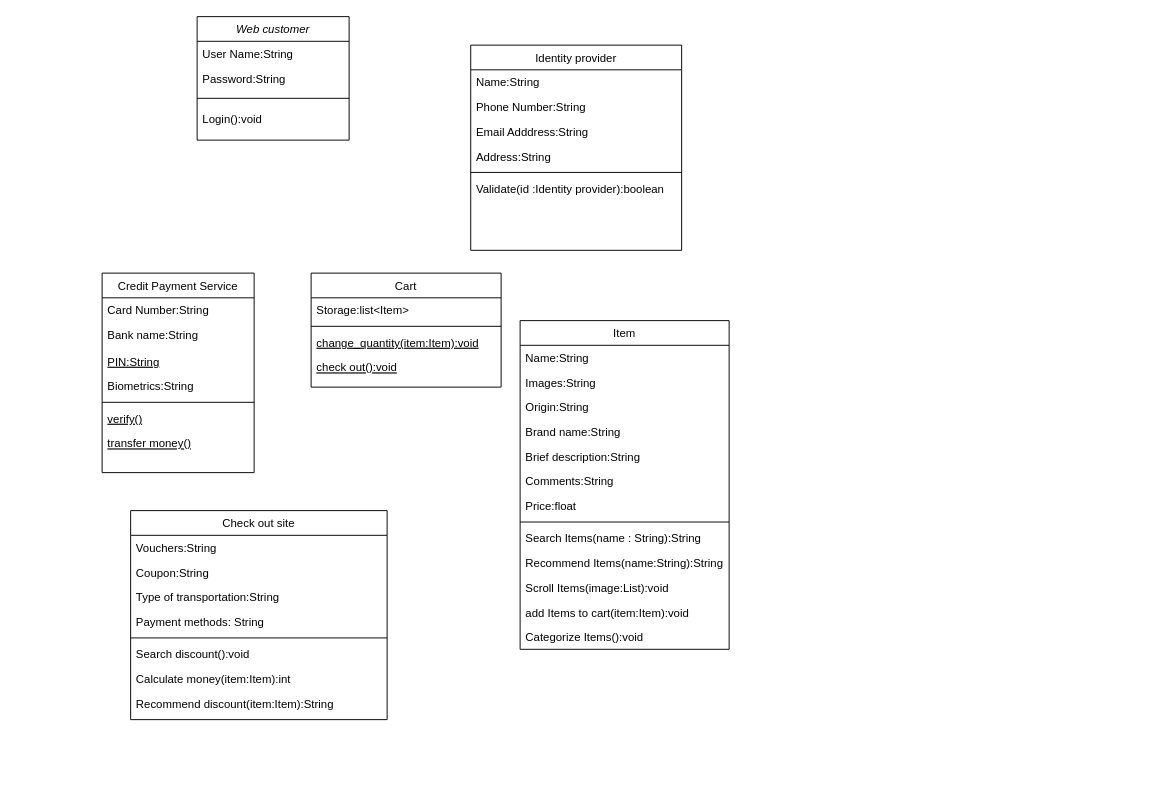
Earlier version of the draw.io diagram tu-dien/Biểu đồ không có tiêu đề.drawio (22022658NguyenTienKhoi/dict). Source tidied: cells renumbered, new cells numbered last; positions are measured from the earlier drawing's top-left corner, leaving out a move shared by most shapes. Both pictures are drawn from the tidied source at 95%, with x=0, y=0 at pixel (102, 16).
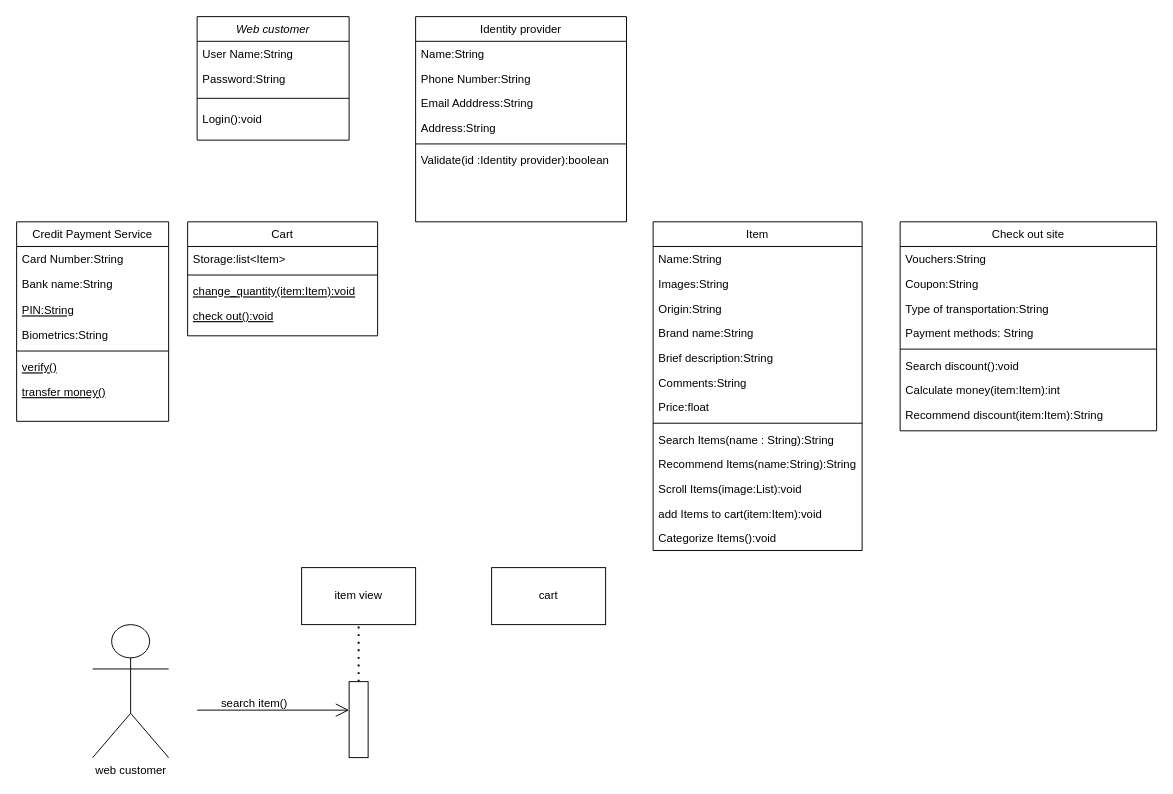
The same page after the edit.

What changed in the source:
```diff
@@
     <mxCell id="7" value="Credit Payment Service" style="swimlane;fontStyle=0;align=center;verticalAlign=top;horizontal=1;startSize=26;rounded=0;shadow=0;strokeWidth=1;" parent="1" vertex="1">
-      <mxGeometry y="270" width="160" height="210" as="geometry" />
+      <mxGeometry x="-90" y="216" width="160" height="210" as="geometry" />
     </mxCell>
@@
     <mxCell id="15" value="Identity provider" style="swimlane;fontStyle=0;align=center;verticalAlign=top;horizontal=1;startSize=26;rounded=0;shadow=0;strokeWidth=1;" parent="1" vertex="1">
-      <mxGeometry x="388" y="30" width="222" height="216" as="geometry" />
+      <mxGeometry x="330" width="222" height="216" as="geometry" />
     </mxCell>
@@
     <mxCell id="22" value="Item" style="swimlane;fontStyle=0;align=center;verticalAlign=top;horizontal=1;startSize=26;rounded=0;shadow=0;strokeWidth=1;" parent="1" vertex="1">
-      <mxGeometry x="440" y="320" width="220" height="346" as="geometry" />
+      <mxGeometry x="580" y="216" width="220" height="346" as="geometry" />
     </mxCell>
@@
     <mxCell id="36" value="Check out site" style="swimlane;fontStyle=0;align=center;verticalAlign=top;horizontal=1;startSize=26;rounded=0;shadow=0;strokeWidth=1;" parent="1" vertex="1">
-      <mxGeometry x="30" y="520" width="270" height="220" as="geometry" />
+      <mxGeometry x="840" y="216" width="270" height="220" as="geometry" />
     </mxCell>
@@
     <mxCell id="45" value="Cart" style="swimlane;fontStyle=0;align=center;verticalAlign=top;horizontal=1;startSize=26;rounded=0;shadow=0;strokeWidth=1;" parent="1" vertex="1">
-      <mxGeometry x="220" y="270" width="200" height="120" as="geometry" />
+      <mxGeometry x="90" y="216" width="200" height="120" as="geometry" />
     </mxCell>
@@
+    <mxCell id="50" value="web customer" style="shape=umlActor;verticalLabelPosition=bottom;verticalAlign=top;html=1;" parent="1" vertex="1">
+      <mxGeometry x="-10" y="640" width="80" height="140" as="geometry" />
+    </mxCell>
+    <mxCell id="51" style="html=1;points=[[0,0,0,0,5],[0,1,0,0,-5],[1,0,0,0,5],[1,1,0,0,-5]];perimeter=orthogonalPerimeter;outlineConnect=0;targetShapes=umlLifeline;portConstraint=eastwest;newEdgeStyle={&quot;curved&quot;:0,&quot;rounded&quot;:0};" parent="1" vertex="1">
+      <mxGeometry x="260" y="700" width="20" height="80" as="geometry" />
+    </mxCell>
+    <mxCell id="52" style="endArrow=open;endFill=1;endSize=12;html=1;rounded=0;" parent="1" edge="1">
+      <mxGeometry relative="1" as="geometry">
+        <mxPoint x="100" y="730" as="sourcePoint" />
+        <mxPoint x="260" y="730" as="targetPoint" />
+        <Array as="points">
+          <mxPoint x="180" y="730" />
+        </Array>
+      </mxGeometry>
+    </mxCell>
+    <mxCell id="53" value="item view" style="rounded=0;whiteSpace=wrap;html=1;" parent="1" vertex="1">
+      <mxGeometry x="210" y="580" width="120" height="60" as="geometry" />
+    </mxCell>
+    <mxCell id="54" style="endArrow=none;dashed=1;html=1;dashPattern=1 3;strokeWidth=2;rounded=0;" parent="1" edge="1" source="51">
+      <mxGeometry relative="1" as="geometry">
+        <mxPoint x="270" y="640" as="targetPoint" />
+      </mxGeometry>
+    </mxCell>
+    <mxCell id="55" value="search item()" style="text;html=1;align=center;verticalAlign=middle;strokeColor=none;fillColor=none;" parent="1" vertex="1">
+      <mxGeometry x="115" y="708" width="90" height="30" as="geometry" />
+    </mxCell>
+    <mxCell id="56" value="cart" style="rounded=0;whiteSpace=wrap;html=1;" parent="1" vertex="1">
+      <mxGeometry x="410" y="580" width="120" height="60" as="geometry" />
+    </mxCell>
```
